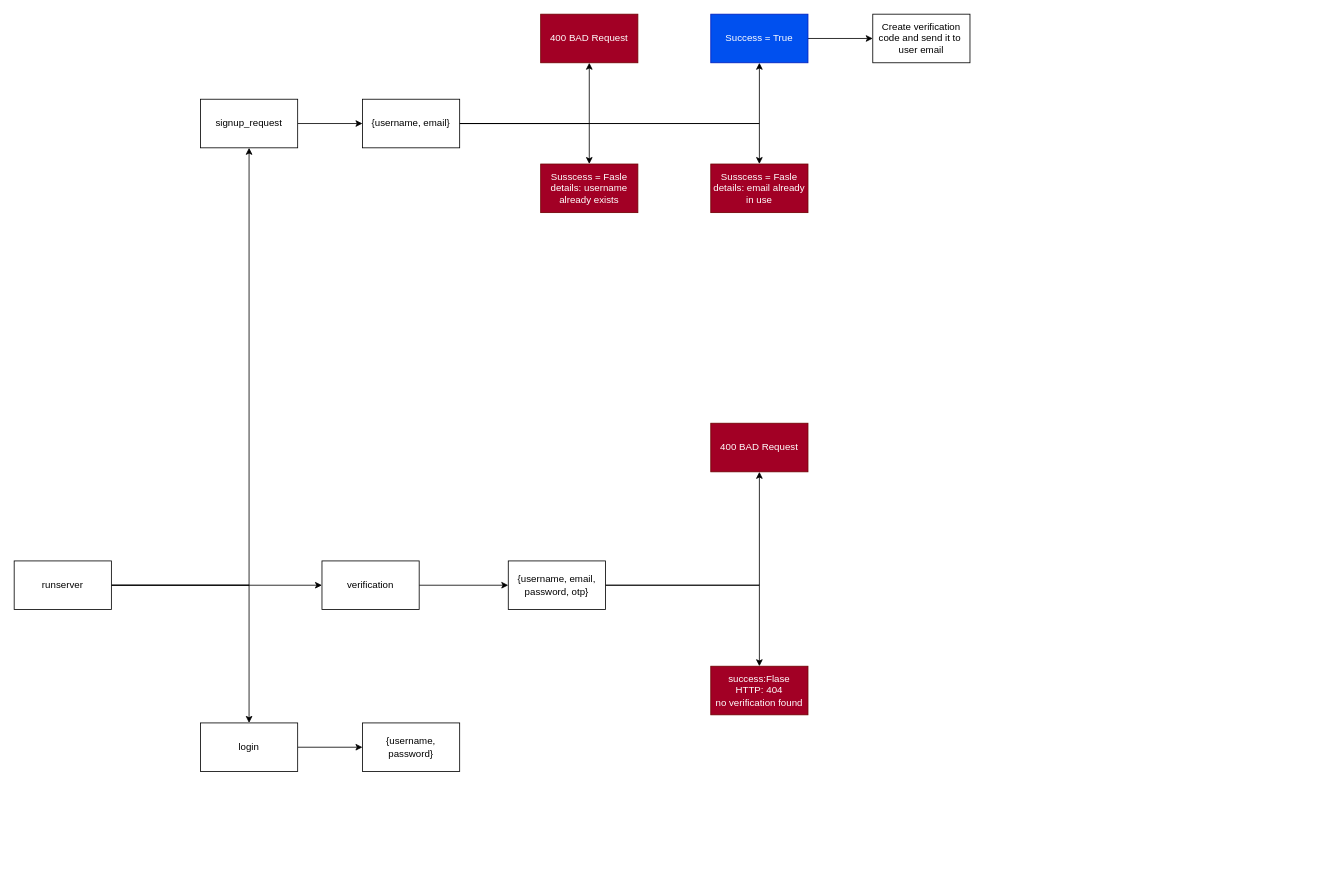
RPS-RudraPratapSingh/Django-Rest-Authentication-System keeps this draw.io diagram as working_flow.drawio. Above is the earlier version. Source tidied: cells renumbered, new cells numbered last; positions are measured from the earlier drawing's top-left corner, leaving out a move shared by most shapes. Both pictures are drawn from the tidied source at 81%, with x=0, y=0 at pixel (14, 14).
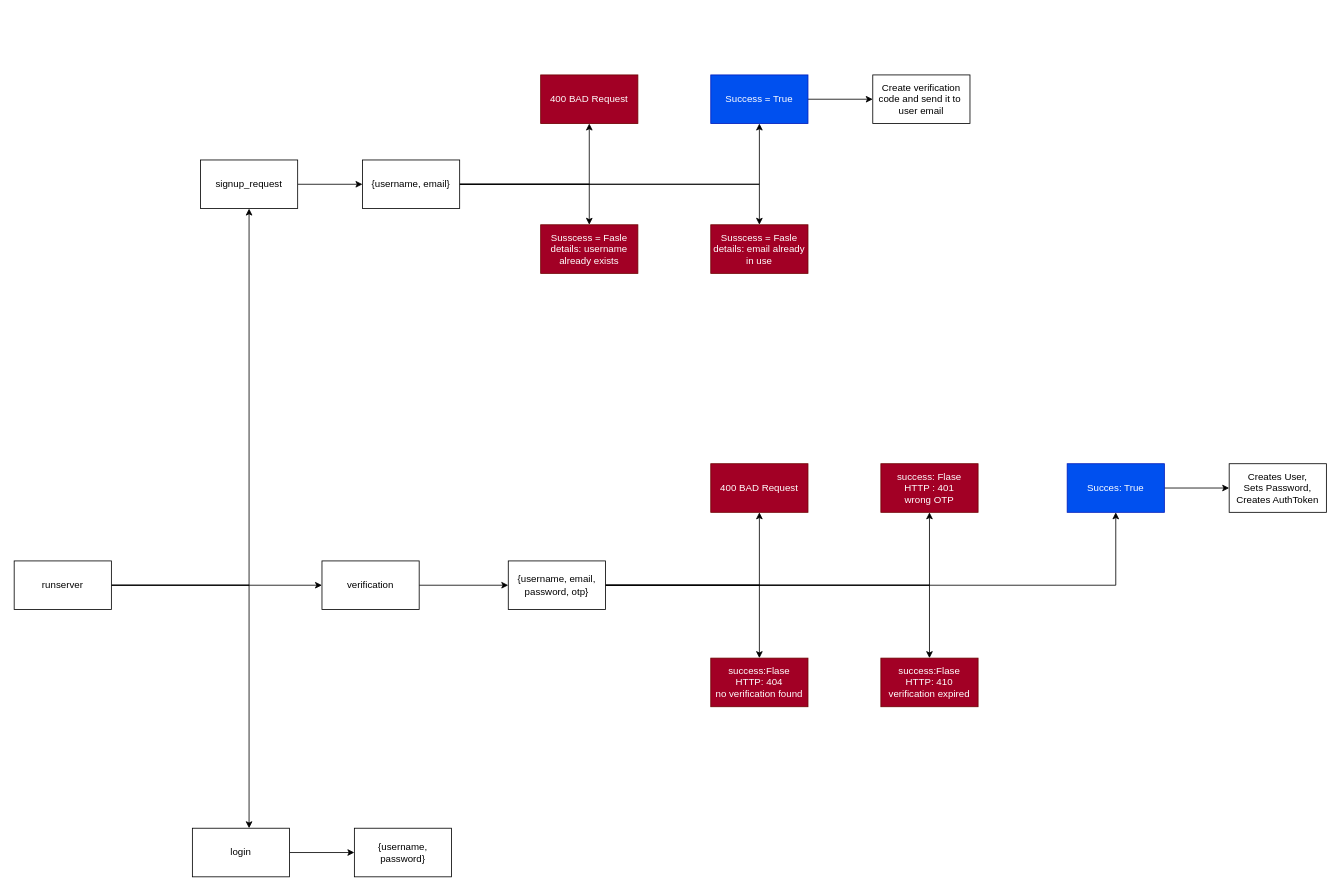
After the change.

The change refers to these unchanged cells:
```xml
<mxCell id="14" value="{username, email, password, otp}" style="rounded=0;whiteSpace=wrap;html=1;" parent="1" vertex="1">
  <mxGeometry x="610" y="675" width="120" height="60" as="geometry" />
</mxCell>
```

Diff of the diagram source:
```diff
@@
     <mxCell id="7" value="signup_request" style="whiteSpace=wrap;html=1;rounded=0;" parent="1" vertex="1">
-      <mxGeometry x="230" y="105" width="120" height="60" as="geometry" />
+      <mxGeometry x="230" y="180" width="120" height="60" as="geometry" />
     </mxCell>
@@
     <mxCell id="9" value="login" style="whiteSpace=wrap;html=1;rounded=0;" parent="1" vertex="1">
-      <mxGeometry x="230" y="875" width="120" height="60" as="geometry" />
+      <mxGeometry x="220" y="1005" width="120" height="60" as="geometry" />
     </mxCell>
@@
+    <mxCell id="29" style="edgeStyle=orthogonalEdgeStyle;rounded=0;jettySize=auto;html=1;" parent="1" edge="1" source="14" target="32">
+      <mxGeometry relative="1" as="geometry" />
+    </mxCell>
+    <mxCell id="30" style="edgeStyle=orthogonalEdgeStyle;rounded=0;jettySize=auto;html=1;" parent="1" edge="1" source="14" target="33">
+      <mxGeometry relative="1" as="geometry" />
+    </mxCell>
+    <mxCell id="31" style="edgeStyle=orthogonalEdgeStyle;rounded=0;jettySize=auto;html=1;" parent="1" edge="1" source="14" target="35">
+      <mxGeometry relative="1" as="geometry" />
+    </mxCell>
@@
     <mxCell id="19" value="{username, email}" style="whiteSpace=wrap;html=1;rounded=0;" parent="1" vertex="1">
-      <mxGeometry x="430" y="105" width="120" height="60" as="geometry" />
+      <mxGeometry x="430" y="180" width="120" height="60" as="geometry" />
     </mxCell>
     <mxCell id="20" value="{username, password}" style="whiteSpace=wrap;html=1;rounded=0;" parent="1" vertex="1">
-      <mxGeometry x="430" y="875" width="120" height="60" as="geometry" />
+      <mxGeometry x="420" y="1005" width="120" height="60" as="geometry" />
     </mxCell>
     <mxCell id="21" value="400 BAD Request" style="whiteSpace=wrap;html=1;rounded=0;fillColor=#a20025;fontColor=#ffffff;strokeColor=#6F0000;" parent="1" vertex="1">
-      <mxGeometry x="650" width="120" height="60" as="geometry" />
+      <mxGeometry x="650" y="75" width="120" height="60" as="geometry" />
     </mxCell>
     <mxCell id="22" value="Susscess = Fasle&lt;div&gt;details: username already exists&lt;/div&gt;" style="whiteSpace=wrap;html=1;rounded=0;fillColor=#a20025;fontColor=#ffffff;strokeColor=#6F0000;" parent="1" vertex="1">
-      <mxGeometry x="650" y="185" width="120" height="60" as="geometry" />
+      <mxGeometry x="650" y="260" width="120" height="60" as="geometry" />
     </mxCell>
     <mxCell id="23" value="&lt;span&gt;&lt;font style=&quot;color: rgb(255, 255, 255);&quot;&gt;Susscess = Fasle&lt;/font&gt;&lt;/span&gt;&lt;div style=&quot;color: rgb(18, 18, 18);&quot;&gt;&lt;font style=&quot;color: rgb(255, 255, 255);&quot;&gt;details: email already in use&lt;/font&gt;&lt;/div&gt;" style="whiteSpace=wrap;html=1;rounded=0;fillColor=#a20025;fontColor=#ffffff;strokeColor=#6F0000;" parent="1" vertex="1">
-      <mxGeometry x="860" y="185" width="120" height="60" as="geometry" />
+      <mxGeometry x="860" y="260" width="120" height="60" as="geometry" />
     </mxCell>
@@
     <mxCell id="25" value="Success = True" style="whiteSpace=wrap;html=1;rounded=0;fillColor=#0050ef;fontColor=#ffffff;strokeColor=#001DBC;" parent="1" vertex="1">
-      <mxGeometry x="860" width="120" height="60" as="geometry" />
+      <mxGeometry x="860" y="75" width="120" height="60" as="geometry" />
     </mxCell>
     <mxCell id="26" value="Create verification code and send it to&amp;nbsp;&lt;div&gt;user email&lt;/div&gt;" style="whiteSpace=wrap;html=1;rounded=0;" parent="1" vertex="1">
-      <mxGeometry x="1060" width="120" height="60" as="geometry" />
+      <mxGeometry x="1060" y="75" width="120" height="60" as="geometry" />
     </mxCell>
     <mxCell id="27" value="&lt;span&gt;&lt;font style=&quot;color: rgb(255, 255, 255);&quot;&gt;400 BAD Request&lt;/font&gt;&lt;/span&gt;" style="whiteSpace=wrap;html=1;rounded=0;fillColor=#a20025;fontColor=#ffffff;strokeColor=#6F0000;" parent="1" vertex="1">
-      <mxGeometry x="860" y="505" width="120" height="60" as="geometry" />
+      <mxGeometry x="860" y="555" width="120" height="60" as="geometry" />
     </mxCell>
     <mxCell id="28" value="success:Flase&lt;br&gt;HTTP: 404&lt;br&gt;no verification found" style="whiteSpace=wrap;html=1;rounded=0;fillColor=#a20025;fontColor=#ffffff;strokeColor=#6F0000;" parent="1" vertex="1">
-      <mxGeometry x="860" y="805" width="120" height="60" as="geometry" />
+      <mxGeometry x="860" y="795" width="120" height="60" as="geometry" />
     </mxCell>
+    <mxCell id="32" value="&lt;font style=&quot;color: rgb(255, 255, 255);&quot;&gt;success:Flase&lt;br style=&quot;&quot;&gt;HTTP: 410&lt;br style=&quot;&quot;&gt;verification expired&lt;/font&gt;" style="whiteSpace=wrap;html=1;rounded=0;fillColor=#a20025;fontColor=#ffffff;strokeColor=#6F0000;" parent="1" vertex="1">
+      <mxGeometry x="1070" y="795" width="120" height="60" as="geometry" />
+    </mxCell>
+    <mxCell id="33" value="success: Flase&lt;div&gt;HTTP : 401&lt;/div&gt;&lt;div&gt;wrong OTP&lt;/div&gt;" style="whiteSpace=wrap;html=1;rounded=0;fillColor=#a20025;fontColor=#ffffff;strokeColor=#6F0000;" parent="1" vertex="1">
+      <mxGeometry x="1070" y="555" width="120" height="60" as="geometry" />
+    </mxCell>
+    <mxCell id="34" style="edgeStyle=orthogonalEdgeStyle;rounded=0;jettySize=auto;html=1;" parent="1" edge="1" source="35" target="36">
+      <mxGeometry relative="1" as="geometry" />
+    </mxCell>
+    <mxCell id="35" value="Succes: True" style="whiteSpace=wrap;html=1;rounded=0;fillColor=#0050ef;fontColor=#ffffff;strokeColor=#001DBC;" parent="1" vertex="1">
+      <mxGeometry x="1300" y="555" width="120" height="60" as="geometry" />
+    </mxCell>
+    <mxCell id="36" value="Creates User,&lt;div&gt;Sets Password,&lt;/div&gt;&lt;div&gt;Creates AuthToken&lt;/div&gt;" style="whiteSpace=wrap;html=1;rounded=0;" parent="1" vertex="1">
+      <mxGeometry x="1500" y="555" width="120" height="60" as="geometry" />
+    </mxCell>
```
